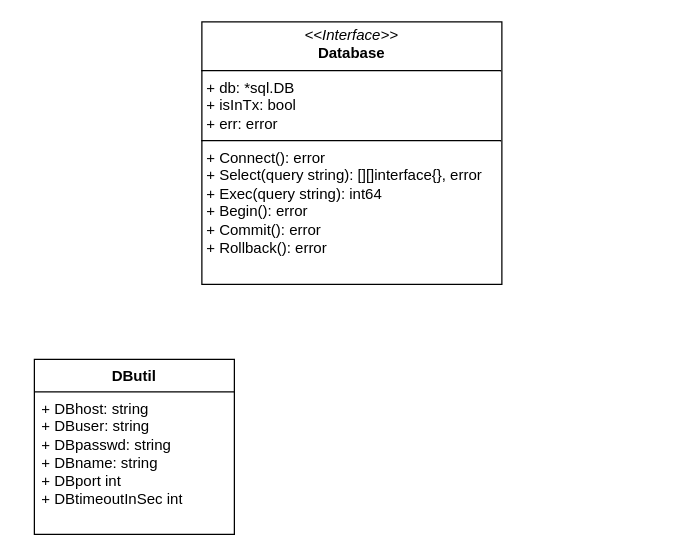
The draw.io diagram db-go.drawio in zukigit/design_structures, before the edit. Source tidied: cells renumbered, new cells numbered last; positions are measured from the earlier drawing's top-left corner, leaving out a move shared by most shapes. Both pictures are drawn from the tidied source at 125%, with x=0, y=0 at pixel (34, 21).
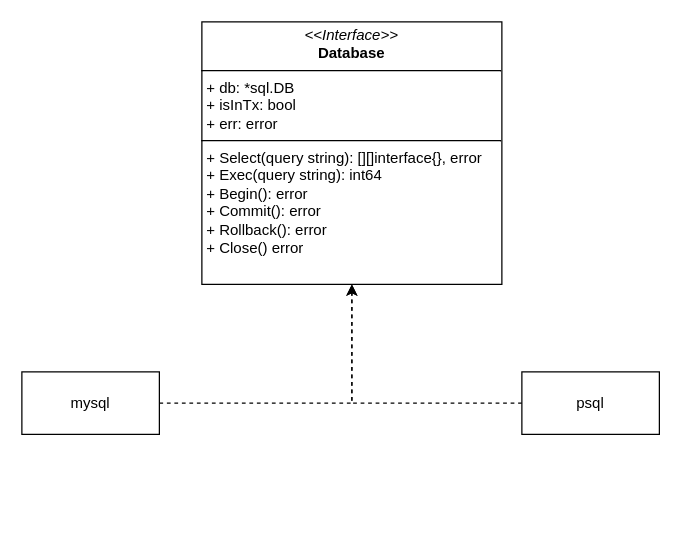
After the change.

Change to the diagram source:
```diff
@@
 <mxGraphModel>
   <root>
     <mxCell id="0" />
     <mxCell id="1" parent="0" />
-    <mxCell id="2" value="&lt;p style=&quot;margin:0px;margin-top:4px;text-align:center;&quot;&gt;&lt;i&gt;&amp;lt;&amp;lt;Interface&amp;gt;&amp;gt;&lt;/i&gt;&lt;br&gt;&lt;b&gt;Database&lt;/b&gt;&lt;br&gt;&lt;/p&gt;&lt;hr size=&quot;1&quot; style=&quot;border-style:solid;&quot;&gt;&lt;p style=&quot;margin:0px;margin-left:4px;&quot;&gt;+ db: *sql.DB&lt;br&gt;+ isInTx: bool&lt;/p&gt;&lt;p style=&quot;margin:0px;margin-left:4px;&quot;&gt;+ err: error&lt;br&gt;&lt;/p&gt;&lt;hr size=&quot;1&quot; style=&quot;border-style:solid;&quot;&gt;&lt;p style=&quot;margin:0px;margin-left:4px;&quot;&gt;+ Connect(): error&lt;br&gt;&lt;/p&gt;&lt;p style=&quot;margin:0px;margin-left:4px;&quot;&gt;+ Select(query string): [][]interface{}, error&lt;br&gt;+ Exec(query string): int64&lt;/p&gt;&lt;p style=&quot;margin:0px;margin-left:4px;&quot;&gt;+ &lt;span style=&quot;white-space: pre;&quot;&gt;Begin(&lt;/span&gt;&lt;span style=&quot;white-space: pre;&quot;&gt;): &lt;/span&gt;&lt;span style=&quot;white-space: pre;&quot;&gt;error&lt;/span&gt;&lt;/p&gt;&lt;p style=&quot;margin:0px;margin-left:4px;&quot;&gt;+ &lt;span style=&quot;white-space: pre;&quot;&gt;Commit(&lt;/span&gt;&lt;span style=&quot;white-space: pre;&quot;&gt;): &lt;/span&gt;&lt;span style=&quot;white-space: pre;&quot;&gt;error&lt;/span&gt;&lt;/p&gt;&lt;p style=&quot;margin:0px;margin-left:4px;&quot;&gt;+ &lt;span style=&quot;white-space: pre;&quot;&gt;Rollback(&lt;/span&gt;&lt;span style=&quot;white-space: pre;&quot;&gt;): &lt;/span&gt;&lt;span style=&quot;white-space: pre;&quot;&gt;error&lt;/span&gt;&lt;/p&gt;" style="verticalAlign=top;align=left;overflow=fill;html=1;whiteSpace=wrap;" parent="1" vertex="1">
+    <mxCell id="2" value="&lt;p style=&quot;margin:0px;margin-top:4px;text-align:center;&quot;&gt;&lt;i&gt;&amp;lt;&amp;lt;Interface&amp;gt;&amp;gt;&lt;/i&gt;&lt;br&gt;&lt;b&gt;Database&lt;/b&gt;&lt;br&gt;&lt;/p&gt;&lt;hr size=&quot;1&quot; style=&quot;border-style:solid;&quot;&gt;&lt;p style=&quot;margin:0px;margin-left:4px;&quot;&gt;+ db: *sql.DB&lt;br&gt;+ isInTx: bool&lt;/p&gt;&lt;p style=&quot;margin:0px;margin-left:4px;&quot;&gt;+ err: error&lt;br&gt;&lt;/p&gt;&lt;hr size=&quot;1&quot; style=&quot;border-style:solid;&quot;&gt;&lt;p style=&quot;margin:0px;margin-left:4px;&quot;&gt;+ Select(query string): [][]interface{}, error&lt;br&gt;+ Exec(query string): int64&lt;/p&gt;&lt;p style=&quot;margin:0px;margin-left:4px;&quot;&gt;+ &lt;span style=&quot;white-space: pre;&quot;&gt;Begin(&lt;/span&gt;&lt;span style=&quot;white-space: pre;&quot;&gt;): &lt;/span&gt;&lt;span style=&quot;white-space: pre;&quot;&gt;error&lt;/span&gt;&lt;/p&gt;&lt;p style=&quot;margin:0px;margin-left:4px;&quot;&gt;+ &lt;span style=&quot;white-space: pre;&quot;&gt;Commit(&lt;/span&gt;&lt;span style=&quot;white-space: pre;&quot;&gt;): &lt;/span&gt;&lt;span style=&quot;white-space: pre;&quot;&gt;error&lt;/span&gt;&lt;/p&gt;&lt;p style=&quot;margin:0px;margin-left:4px;&quot;&gt;+ &lt;span style=&quot;white-space: pre;&quot;&gt;Rollback(&lt;/span&gt;&lt;span style=&quot;white-space: pre;&quot;&gt;): &lt;/span&gt;&lt;span style=&quot;white-space: pre;&quot;&gt;error&lt;/span&gt;&lt;/p&gt;&lt;p style=&quot;margin:0px;margin-left:4px;&quot;&gt;&lt;span style=&quot;white-space: pre;&quot;&gt;+ Close() error&lt;br&gt;&lt;/span&gt;&lt;/p&gt;" style="verticalAlign=top;align=left;overflow=fill;html=1;whiteSpace=wrap;" parent="1" vertex="1">
       <mxGeometry x="134" width="240" height="210" as="geometry" />
     </mxCell>
-    <mxCell id="3" value="&lt;div&gt;DButil&lt;/div&gt;&lt;div&gt;&lt;br&gt;&lt;/div&gt;" style="swimlane;fontStyle=1;align=center;verticalAlign=top;horizontal=1;startSize=26;whiteSpace=wrap;html=1;" parent="1" vertex="1">
-      <mxGeometry y="270" width="160" height="140" as="geometry" />
-    </mxCell>
-    <mxCell id="4" value="&lt;div&gt;+ DBhost: string&lt;/div&gt;&lt;div&gt;+ DBuser: string&lt;/div&gt;&lt;div&gt;+ DBpasswd: string&lt;/div&gt;&lt;div&gt;+ DBname: string&lt;/div&gt;&lt;div&gt;+ DBport int&lt;/div&gt;&lt;div&gt;+ DBtimeoutInSec int&lt;br&gt;&lt;/div&gt;" style="text;strokeColor=none;fillColor=none;align=left;verticalAlign=top;spacingLeft=4;spacingRight=4;overflow=hidden;whiteSpace=wrap;html=1;" parent="3" vertex="1">
-      <mxGeometry y="26" width="160" height="114" as="geometry" />
-    </mxCell>
+    <mxCell id="5" style="edgeStyle=orthogonalEdgeStyle;rounded=0;jettySize=auto;html=1;entryX=0.5;entryY=1;entryDx=0;entryDy=0;dashed=1;" parent="1" edge="1" source="6" target="2">
+      <mxGeometry relative="1" as="geometry" />
+    </mxCell>
+    <mxCell id="6" value="&lt;div&gt;mysql&lt;/div&gt;" style="html=1;whiteSpace=wrap;" parent="1" vertex="1">
+      <mxGeometry x="-10" y="280" width="110" height="50" as="geometry" />
+    </mxCell>
+    <mxCell id="7" style="edgeStyle=orthogonalEdgeStyle;rounded=0;jettySize=auto;html=1;dashed=1;curved=0;" parent="1" edge="1" source="8" target="2">
+      <mxGeometry relative="1" as="geometry" />
+    </mxCell>
+    <mxCell id="8" value="psql" style="html=1;whiteSpace=wrap;" parent="1" vertex="1">
+      <mxGeometry x="390" y="280" width="110" height="50" as="geometry" />
+    </mxCell>
   </root>
 </mxGraphModel>
```
